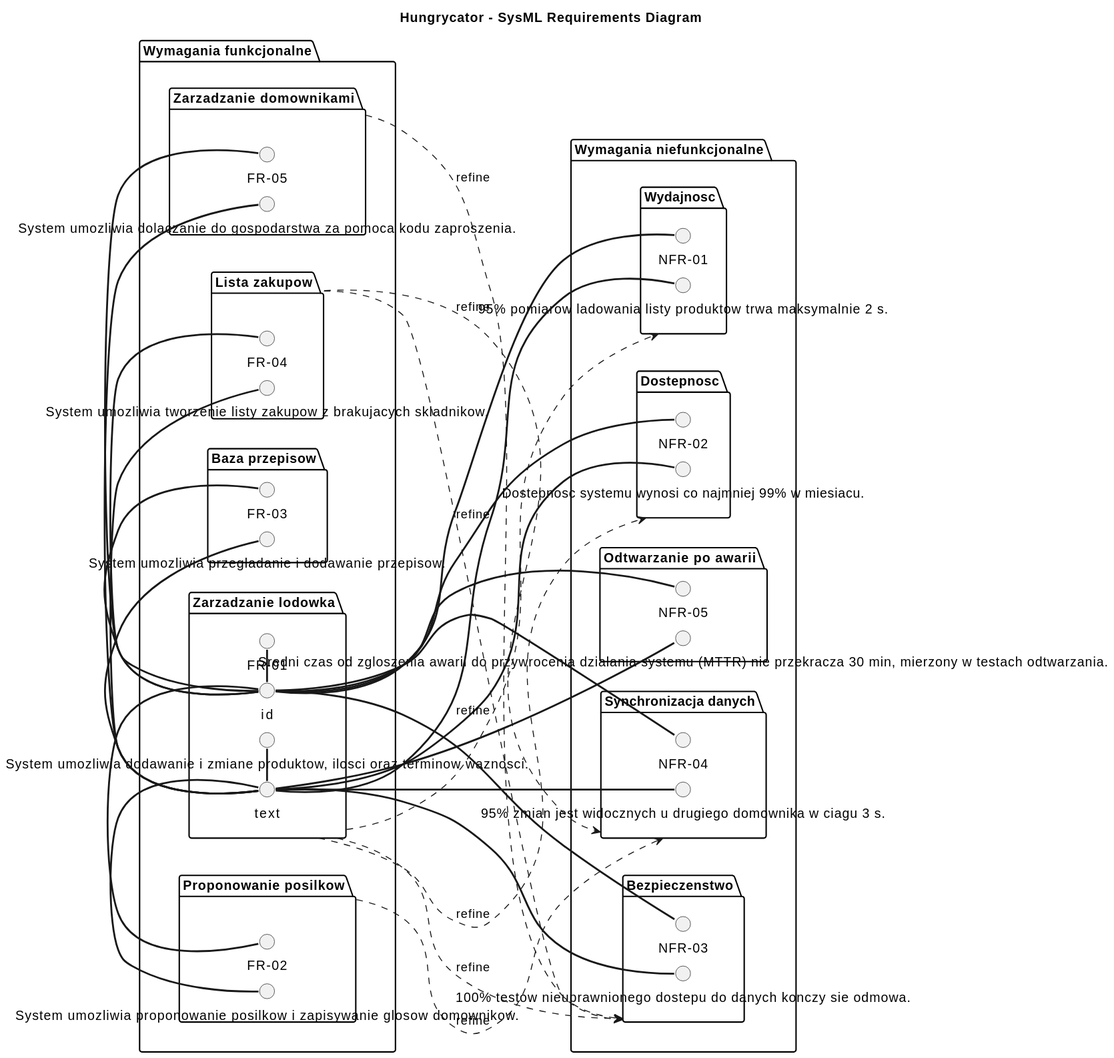
The PlantUML diagram docs/requirements-diagram.svg in kasiek986/Hungrycator, before a commit.
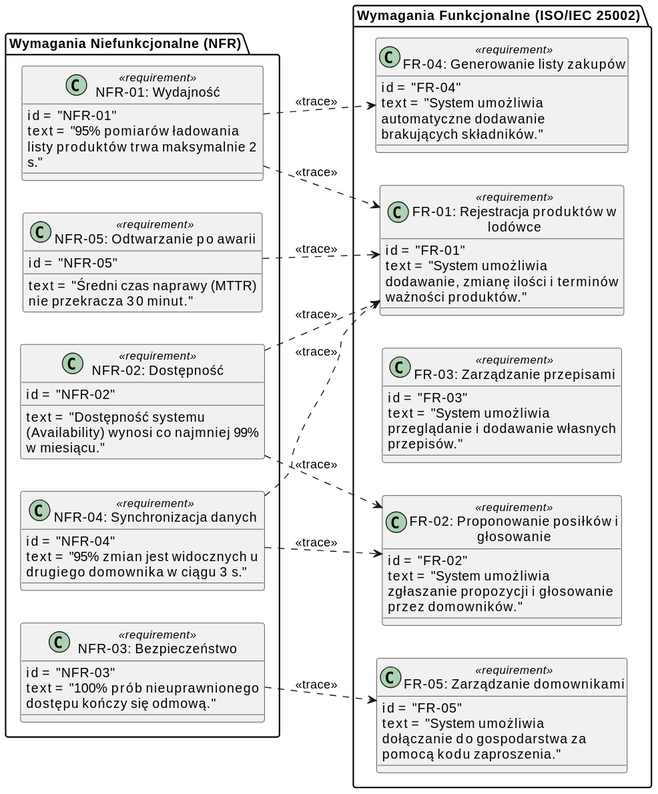
The same file after the commit.

Change to the diagram source:
```diff
@@ -1,70 +1,70 @@
 @startuml
-title Hungrycator - SysML Requirements Diagram
+skinparam wrapWidth 250
+skinparam ComponentStyle uml2
+left to right direction
 
-left to right direction
-skinparam shadowing false
+package "Wymagania Funkcjonalne (ISO/IEC 25002)" {
 
-package "Wymagania funkcjonalne" {
-
-  requirement "Zarzadzanie lodowka" as FR01 {
+  class "FR-01: Rejestracja produktów w lodówce" as FR01 <<requirement>> {
     id = "FR-01"
-    text = "System umozliwia dodawanie i zmiane produktow, ilosci oraz terminow waznosci."
+    text = "System umożliwia dodawanie, zmianę ilości i terminów ważności produktów."
   }
 
-  requirement "Proponowanie posilkow" as FR02 {
+  class "FR-02: Proponowanie posiłków i głosowanie" as FR02 <<requirement>> {
     id = "FR-02"
-    text = "System umozliwia proponowanie posilkow i zapisywanie glosow domownikow."
+    text = "System umożliwia zgłaszanie propozycji i głosowanie przez domowników."
   }
 
-  requirement "Baza przepisow" as FR03 {
+  class "FR-03: Zarządzanie przepisami" as FR03 <<requirement>> {
     id = "FR-03"
-    text = "System umozliwia przegladanie i dodawanie przepisow."
+    text = "System umożliwia przeglądanie i dodawanie własnych przepisów."
   }
 
-  requirement "Lista zakupow" as FR04 {
+  class "FR-04: Generowanie listy zakupów" as FR04 <<requirement>> {
     id = "FR-04"
-    text = "System umozliwia tworzenie listy zakupow z brakujacych skladnikow."
+    text = "System umożliwia automatyczne dodawanie brakujących składników."
   }
 
-  requirement "Zarzadzanie domownikami" as FR05 {
+  class "FR-05: Zarządzanie domownikami" as FR05 <<requirement>> {
     id = "FR-05"
-    text = "System umozliwia dolaczanie do gospodarstwa za pomoca kodu zaproszenia."
+    text = "System umożliwia dołączanie do gospodarstwa za pomocą kodu zaproszenia."
   }
 }
 
-package "Wymagania niefunkcjonalne" {
+package "Wymagania Niefunkcjonalne (NFR)" {
 
-  requirement "Wydajnosc" as NFR01 {
+  class "NFR-01: Wydajność" as NFR01 <<requirement>> {
     id = "NFR-01"
-    text = "95% pomiarow ladowania listy produktow trwa maksymalnie 2 s."
+    text = "95% pomiarów ładowania listy produktów trwa maksymalnie 2 s."
   }
 
-  requirement "Dostepnosc" as NFR02 {
+  class "NFR-02: Dostępność" as NFR02 <<requirement>> {
     id = "NFR-02"
-    text = "Dostepnosc systemu wynosi co najmniej 99% w miesiacu."
+    text = "Dostępność systemu (Availability) wynosi co najmniej 99% w miesiącu."
   }
 
-  requirement "Bezpieczenstwo" as NFR03 {
+  class "NFR-03: Bezpieczeństwo" as NFR03 <<requirement>> {
     id = "NFR-03"
-    text = "100% testow nieuprawnionego dostepu do danych konczy sie odmowa."
+    text = "100% prób nieuprawnionego dostępu kończy się odmową."
   }
 
-  requirement "Synchronizacja danych" as NFR04 {
+  class "NFR-04: Synchronizacja danych" as NFR04 <<requirement>> {
     id = "NFR-04"
-    text = "95% zmian jest widocznych u drugiego domownika w ciagu 3 s."
+    text = "95% zmian jest widocznych u drugiego domownika w ciągu 3 s."
   }
 
-  requirement "Odtwarzanie po awarii" as NFR05 {
+  class "NFR-05: Odtwarzanie po awarii" as NFR05 <<requirement>> {
     id = "NFR-05"
-    text = "Sredni czas od zgloszenia awarii do przywrocenia dzialania systemu (MTTR) nie przekracza 30 min, mierzony w testach odtwarzania."
+    text = "Średni czas naprawy (MTTR) nie przekracza 30 minut."
   }
 }
 
-FR01 ..> NFR01 : «refine»
-FR01 ..> NFR03 : «refine»
-FR04 ..> NFR04 : «refine»
-FR02 ..> NFR04 : «refine»
-FR04 ..> NFR03 : «refine»
-FR05 ..> NFR03 : «refine»
-FR01 ..> NFR02 : «refine»
+NFR01 ..> FR01 : <<trace>>
+NFR01 ..> FR04 : <<trace>>
+NFR02 ..> FR01 : <<trace>>
+NFR02 ..> FR02 : <<trace>>
+NFR03 ..> FR05 : <<trace>>
+NFR04 ..> FR01 : <<trace>>
+NFR04 ..> FR02 : <<trace>>
+NFR05 ..> FR01 : <<trace>>
 @enduml
```
